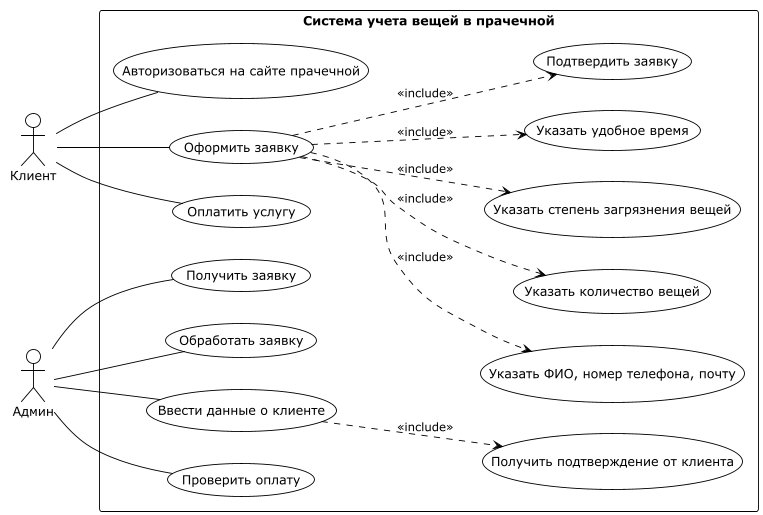
This is docs/daiagrams/use_case_diagram.png from Darya-cute/gitExample, a PlantUML export, as it was before one commit. Its diagram source:
```plantuml
@startuml
!theme plain
left to right direction
actor "Клиент" as Client
actor "Админ" as Admin

rectangle "Система учета вещей в прачечной" {
    usecase "Авторизоваться на сайте прачечной" as UC1
    usecase "Оформить заявку" as UC2
    usecase "Оплатить услугу" as UC3

    usecase "Указать ФИО, номер телефона, почту" as UC4
    usecase "Указать количество вещей" as UC5
    usecase "Указать степень загрязнения вещей" as UC6
    usecase "Указать удобное время" as UC7
    usecase "Подтвердить заявку" as UC8

    usecase "Получить заявку" as UC9
    usecase "Обработать заявку" as UC10
    usecase "Ввести данные о клиенте" as UC11
    usecase "Проверить оплату" as UC12

    usecase "Получить подтверждение от клиента" as UC13
  }

  Client -- UC1
  Client -- UC2
  Client -- UC3


  Admin -- UC9
  Admin -- UC10
  Admin -- UC11
  Admin -- UC12

  UC2 ..> UC4 : <<include>>
  UC2 ..> UC5 : <<include>>
  UC2 ..> UC6 : <<include>>
  UC2 ..> UC7 : <<include>>
  UC2 ..> UC8 : <<include>>

  UC11 ..> UC13 : <<include>>

  @enduml
```
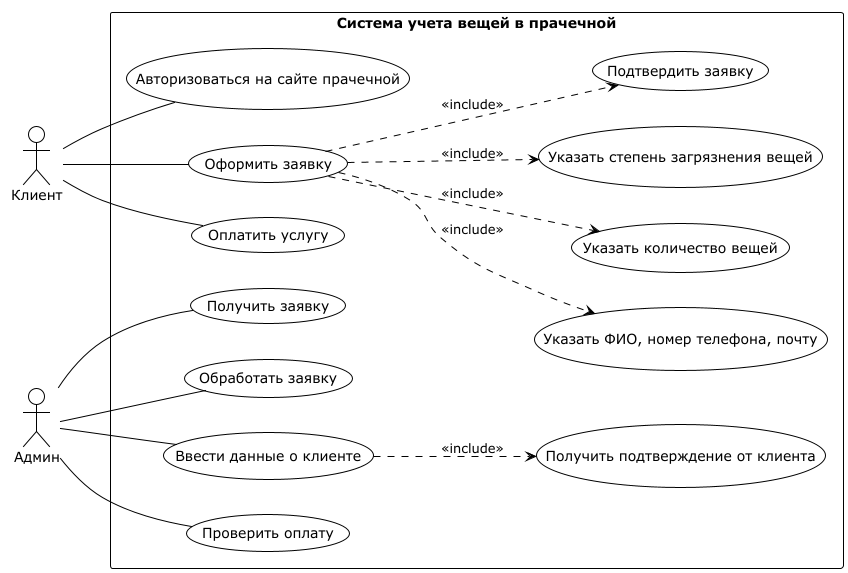
After the change.

Diff of the diagram source:
```diff
@@ -12,8 +12,7 @@
     usecase "Указать ФИО, номер телефона, почту" as UC4
     usecase "Указать количество вещей" as UC5
     usecase "Указать степень загрязнения вещей" as UC6
-    usecase "Указать удобное время" as UC7
-    usecase "Подтвердить заявку" as UC8
+    usecase "Подтвердить заявку" as UC7
 
     usecase "Получить заявку" as UC9
     usecase "Обработать заявку" as UC10
@@ -37,7 +36,6 @@
   UC2 ..> UC5 : <<include>>
   UC2 ..> UC6 : <<include>>
   UC2 ..> UC7 : <<include>>
-  UC2 ..> UC8 : <<include>>
 
   UC11 ..> UC13 : <<include>>
 
```
